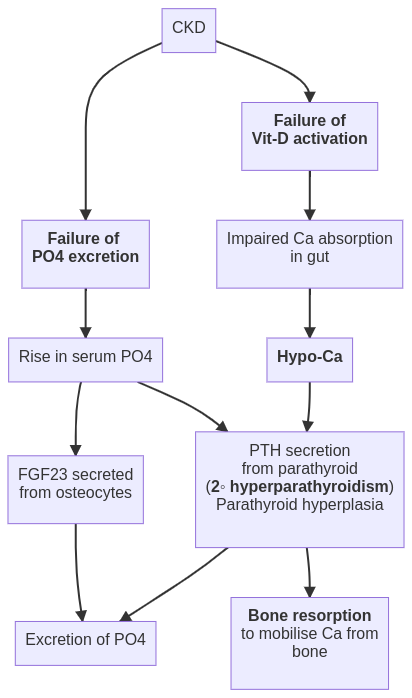
This is assets/med/CKD-osteo.png from susmit31/MedNotes, a Mermaid export, as it was before one commit. Its source is kept beside it as code/mermaid/ckd-osteo.mmd.
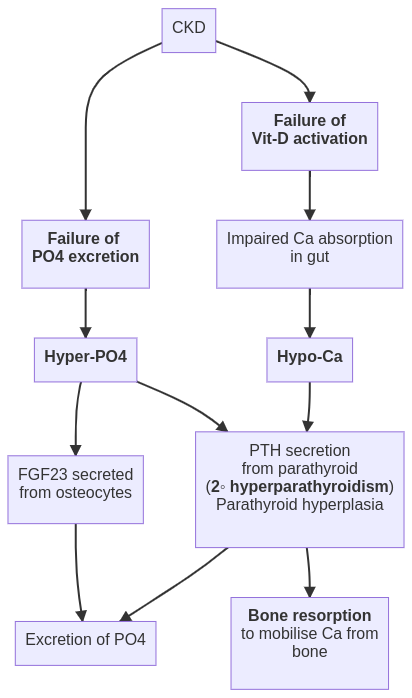
The same file after the commit.

The edit, as a diff of the source:
```diff
@@ -1,7 +1,7 @@
 graph TB
     a[CKD]-->b[<b>Failure of <br>PO4 excretion]
     a-->c[<b>Failure of<br>Vit-D activation]
-    b-->d[Rise in serum PO4]
+    b-->d[<b>Hyper-PO4</b>]
     d-->e[FGF23 secreted<br>from osteocytes]
     d-->f["PTH secretion<br>from parathyroid<br>(<b>2◦ hyperparathyroidism</b>)<br>Parathyroid hyperplasia"]
     e & f-->g[Excretion of PO4]
```
